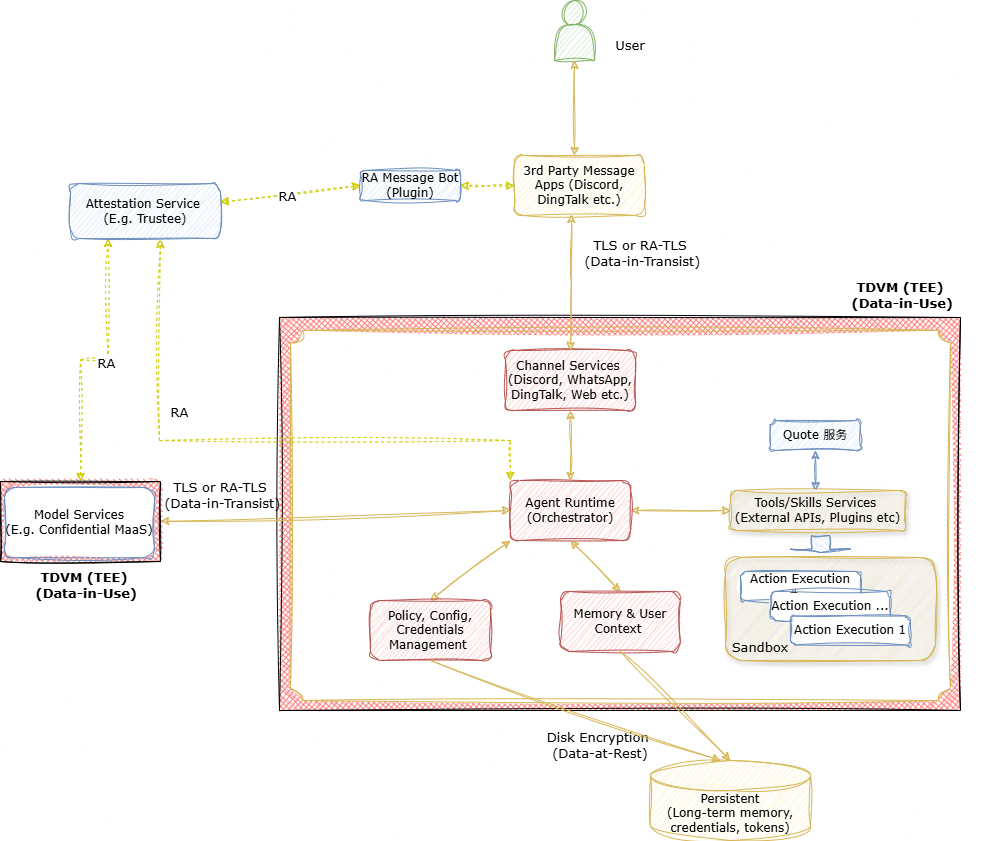
Before: cczoo/openclaw-cc/images/openclaw-cc.png, a diagram exported from draw.io (intel/confidential-computing-zoo). Source tidied: cells renumbered, new cells last; positions are measured from the earlier drawing's top-left corner, leaving out a move shared by most shapes.
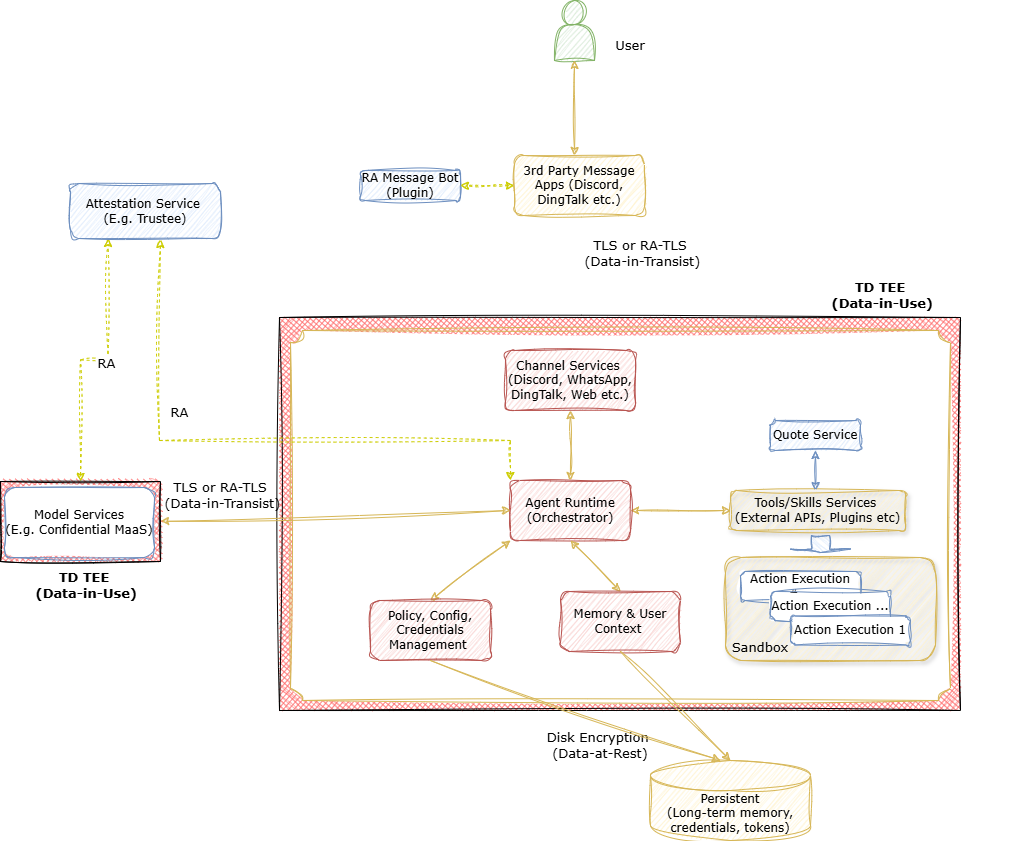
Later version of the same file.

Diff of the diagram source:
```diff
@@ -77,8 +77,8 @@
     <mxCell id="24" value="Attestation Service&amp;nbsp;&lt;div&gt;(E.g. Trustee)&lt;/div&gt;" style="rounded=1;whiteSpace=wrap;html=1;fillColor=#dae8fc;strokeColor=#6c8ebf;sketch=1;curveFitting=1;jiggle=2;fontFamily=Verdana;" parent="1" vertex="1">
       <mxGeometry x="70" y="183" width="150" height="55" as="geometry" />
     </mxCell>
-    <mxCell id="25" value="TDVM (TEE)&lt;div&gt;&amp;nbsp;(Data-in-Use)&lt;/div&gt;" style="text;html=1;whiteSpace=wrap;strokeColor=none;fillColor=none;align=center;verticalAlign=middle;rounded=0;fontFamily=Verdana;fontSize=13;fontStyle=1;" parent="1" vertex="1">
-      <mxGeometry x="820" y="280" width="160" height="30" as="geometry" />
+    <mxCell id="25" value="TD TEE&lt;div&gt;&amp;nbsp;(Data-in-Use)&lt;/div&gt;" style="text;html=1;whiteSpace=wrap;strokeColor=none;fillColor=none;align=center;verticalAlign=middle;rounded=0;fontFamily=Verdana;fontSize=13;fontStyle=1;" parent="1" vertex="1">
+      <mxGeometry x="740" y="280" width="280" height="30" as="geometry" />
     </mxCell>
     <mxCell id="26" style="rounded=1;whiteSpace=wrap;html=1;fillColor=#fff2cc;sketch=1;curveFitting=1;jiggle=2;glass=0;shadow=1;strokeColor=#d6b656;" parent="1" vertex="1">
       <mxGeometry x="725" y="557" width="210" height="103" as="geometry" />
@@ -139,7 +139,7 @@
         <mxPoint x="574" y="155" as="targetPoint" />
       </mxGeometry>
     </mxCell>
-    <mxCell id="42" value="TDVM (TEE)&lt;div&gt;&amp;nbsp;(Data-in-Use)&lt;/div&gt;" style="text;html=1;whiteSpace=wrap;strokeColor=none;fillColor=none;align=center;verticalAlign=middle;rounded=0;fontFamily=Verdana;fontSize=13;fontColor=default;fontStyle=1;" parent="1" vertex="1">
+    <mxCell id="42" value="TD TEE&lt;div&gt;&amp;nbsp;(Data-in-Use)&lt;/div&gt;" style="text;html=1;whiteSpace=wrap;strokeColor=none;fillColor=none;align=center;verticalAlign=middle;rounded=0;fontFamily=Verdana;fontSize=13;fontColor=default;fontStyle=1;" parent="1" vertex="1">
       <mxGeometry x="4" y="570" width="160" height="30" as="geometry" />
     </mxCell>
     <mxCell id="43" value="User" style="text;html=1;whiteSpace=wrap;strokeColor=none;fillColor=none;align=center;verticalAlign=middle;rounded=0;fontFamily=Verdana;fontSize=13;" parent="1" vertex="1">
@@ -150,7 +150,7 @@
         <mxPoint x="815" y="490" as="targetPoint" />
       </mxGeometry>
     </mxCell>
-    <mxCell id="45" value="Quote 服务" style="rounded=1;whiteSpace=wrap;html=1;fillColor=#dae8fc;strokeColor=#6c8ebf;sketch=1;curveFitting=1;jiggle=2;fontFamily=Verdana;" parent="1" vertex="1">
+    <mxCell id="45" value="Quote Service" style="rounded=1;whiteSpace=wrap;html=1;fillColor=#dae8fc;strokeColor=#6c8ebf;sketch=1;curveFitting=1;jiggle=2;fontFamily=Verdana;" parent="1" vertex="1">
       <mxGeometry x="770" y="420" width="90" height="30" as="geometry" />
     </mxCell>
   </root>
```
